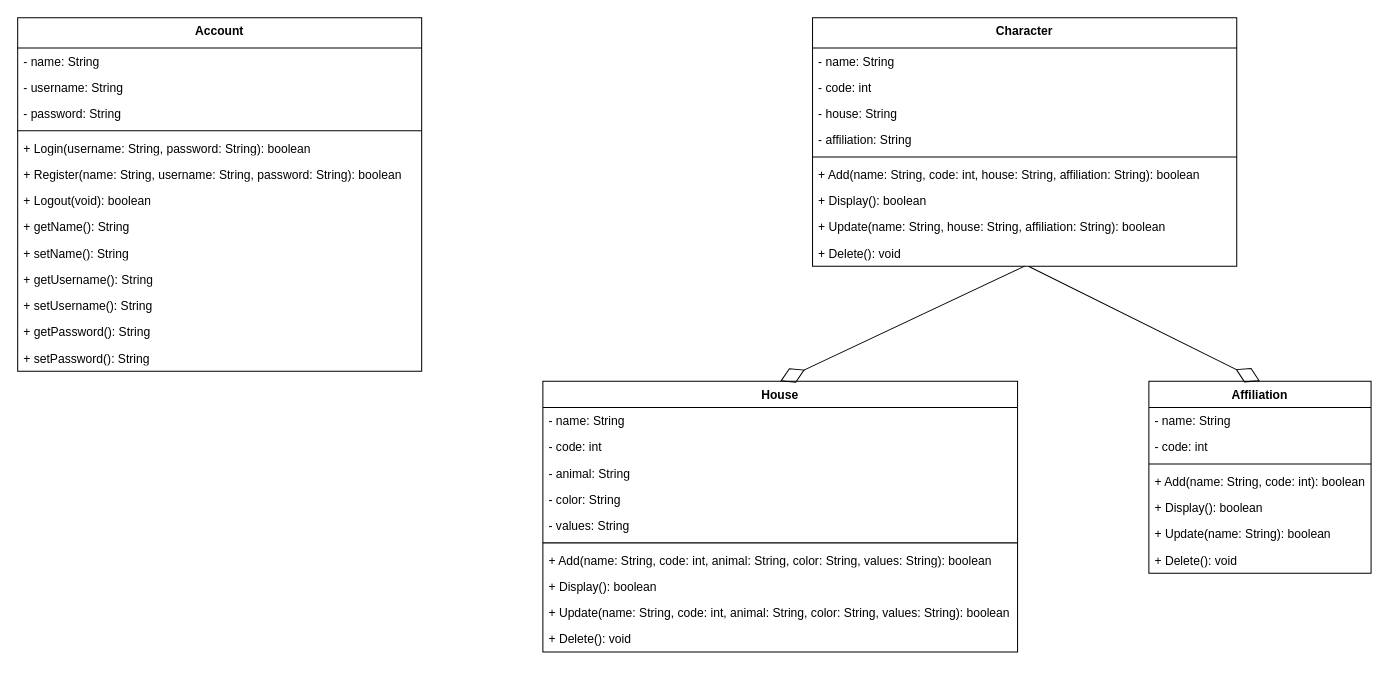
Before: hp.drawio in laurasultan/java, a draw.io diagram. Source tidied: cells renumbered, new cells numbered last; positions are measured from the earlier drawing's top-left corner, leaving out a move shared by most shapes. Both pictures are drawn from the tidied source at 101%, with x=0, y=0 at pixel (17, 17).
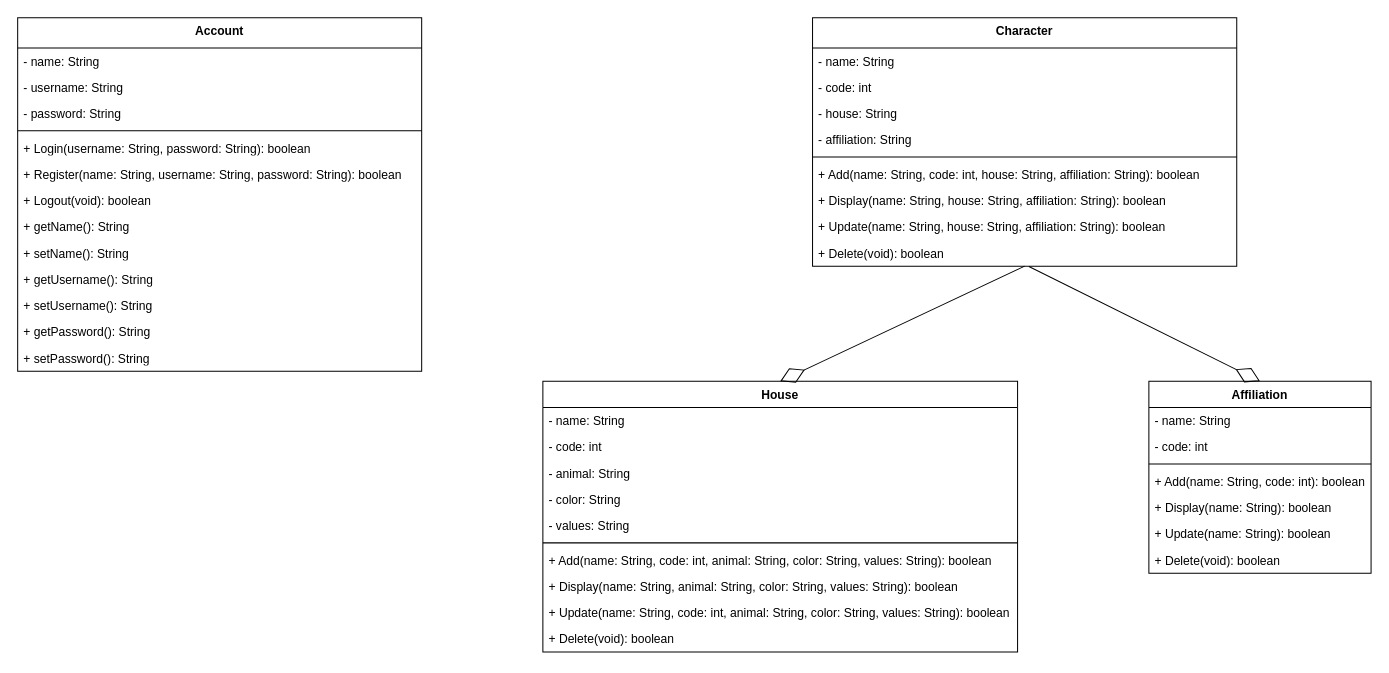
Above is the later version.

The change refers to these unchanged cells:
```xml
<mxCell id="2" value="&lt;div&gt;Character&lt;br&gt;&lt;/div&gt;" style="swimlane;fontStyle=1;align=center;verticalAlign=top;horizontal=1;startSize=30;whiteSpace=wrap;html=1;" parent="1" vertex="1">
  <mxGeometry x="787" width="420" height="246" as="geometry" />
</mxCell>
<mxCell id="26" value="House" style="swimlane;fontStyle=1;align=center;verticalAlign=top;horizontal=1;startSize=26;whiteSpace=wrap;html=1;" parent="1" vertex="1">
  <mxGeometry x="520" y="360" width="470" height="268" as="geometry" />
</mxCell>
<mxCell id="37" value="Affiliation" style="swimlane;fontStyle=1;align=center;verticalAlign=top;horizontal=1;startSize=26;whiteSpace=wrap;html=1;" parent="1" vertex="1">
  <mxGeometry x="1120" y="360" width="220" height="190" as="geometry" />
</mxCell>
```

What changed in the source:
```diff
@@
-    <mxCell id="9" value="&lt;div&gt;+ Display(): boolean&lt;br&gt;&lt;/div&gt;" style="text;strokeColor=none;fillColor=none;align=left;verticalAlign=top;spacingLeft=4;spacingRight=4;overflow=hidden;whiteSpace=wrap;html=1;" parent="2" vertex="1">
+    <mxCell id="9" value="&lt;div&gt;+ Display(name: String, house: String, affiliation: String): boolean&lt;br&gt;&lt;/div&gt;" style="text;strokeColor=none;fillColor=none;align=left;verticalAlign=top;spacingLeft=4;spacingRight=4;overflow=hidden;whiteSpace=wrap;html=1;" parent="2" vertex="1">
       <mxGeometry y="168" width="420" height="26" as="geometry" />
     </mxCell>
@@
-    <mxCell id="11" value="&lt;div&gt;+ Delete(): void&lt;br&gt;&lt;/div&gt;" style="text;strokeColor=none;fillColor=none;align=left;verticalAlign=top;spacingLeft=4;spacingRight=4;overflow=hidden;points=[[0,0.5],[1,0.5]];portConstraint=eastwest;whiteSpace=wrap;html=1;" parent="2" vertex="1">
+    <mxCell id="11" value="&lt;div&gt;+ Delete(void): boolean&amp;nbsp;&lt;br&gt;&lt;/div&gt;" style="text;strokeColor=none;fillColor=none;align=left;verticalAlign=top;spacingLeft=4;spacingRight=4;overflow=hidden;points=[[0,0.5],[1,0.5]];portConstraint=eastwest;whiteSpace=wrap;html=1;" parent="2" vertex="1">
       <mxGeometry y="220" width="420" height="26" as="geometry" />
     </mxCell>
@@
-    <mxCell id="34" value="&lt;div&gt;+ Display(): boolean&lt;/div&gt;" style="text;strokeColor=none;fillColor=none;align=left;verticalAlign=top;spacingLeft=4;spacingRight=4;overflow=hidden;whiteSpace=wrap;html=1;" parent="26" vertex="1">
+    <mxCell id="34" value="&lt;div&gt;+ Display(name: String, animal: String, color: String, values: String): boolean&lt;/div&gt;" style="text;strokeColor=none;fillColor=none;align=left;verticalAlign=top;spacingLeft=4;spacingRight=4;overflow=hidden;whiteSpace=wrap;html=1;" parent="26" vertex="1">
       <mxGeometry y="190" width="470" height="26" as="geometry" />
     </mxCell>
@@
-    <mxCell id="36" value="&lt;div&gt;+ Delete(): void&lt;/div&gt;" style="text;strokeColor=none;fillColor=none;align=left;verticalAlign=top;spacingLeft=4;spacingRight=4;overflow=hidden;whiteSpace=wrap;html=1;" parent="26" vertex="1">
+    <mxCell id="36" value="&lt;div&gt;+ Delete(void): boolean&lt;/div&gt;" style="text;strokeColor=none;fillColor=none;align=left;verticalAlign=top;spacingLeft=4;spacingRight=4;overflow=hidden;whiteSpace=wrap;html=1;" parent="26" vertex="1">
       <mxGeometry y="242" width="470" height="26" as="geometry" />
     </mxCell>
@@
-    <mxCell id="42" value="&lt;div&gt;+ Display(): boolean&lt;/div&gt;" style="text;strokeColor=none;fillColor=none;align=left;verticalAlign=top;spacingLeft=4;spacingRight=4;overflow=hidden;whiteSpace=wrap;html=1;" parent="37" vertex="1">
+    <mxCell id="42" value="&lt;div&gt;+ Display(name: String): boolean&lt;/div&gt;" style="text;strokeColor=none;fillColor=none;align=left;verticalAlign=top;spacingLeft=4;spacingRight=4;overflow=hidden;whiteSpace=wrap;html=1;" parent="37" vertex="1">
       <mxGeometry y="112" width="220" height="26" as="geometry" />
     </mxCell>
@@
-    <mxCell id="44" value="&lt;div&gt;+ Delete(): void&lt;/div&gt;" style="text;strokeColor=none;fillColor=none;align=left;verticalAlign=top;spacingLeft=4;spacingRight=4;overflow=hidden;whiteSpace=wrap;html=1;" parent="37" vertex="1">
+    <mxCell id="44" value="&lt;div&gt;+ Delete(void): boolean&lt;/div&gt;" style="text;strokeColor=none;fillColor=none;align=left;verticalAlign=top;spacingLeft=4;spacingRight=4;overflow=hidden;whiteSpace=wrap;html=1;" parent="37" vertex="1">
       <mxGeometry y="164" width="220" height="26" as="geometry" />
     </mxCell>
```
